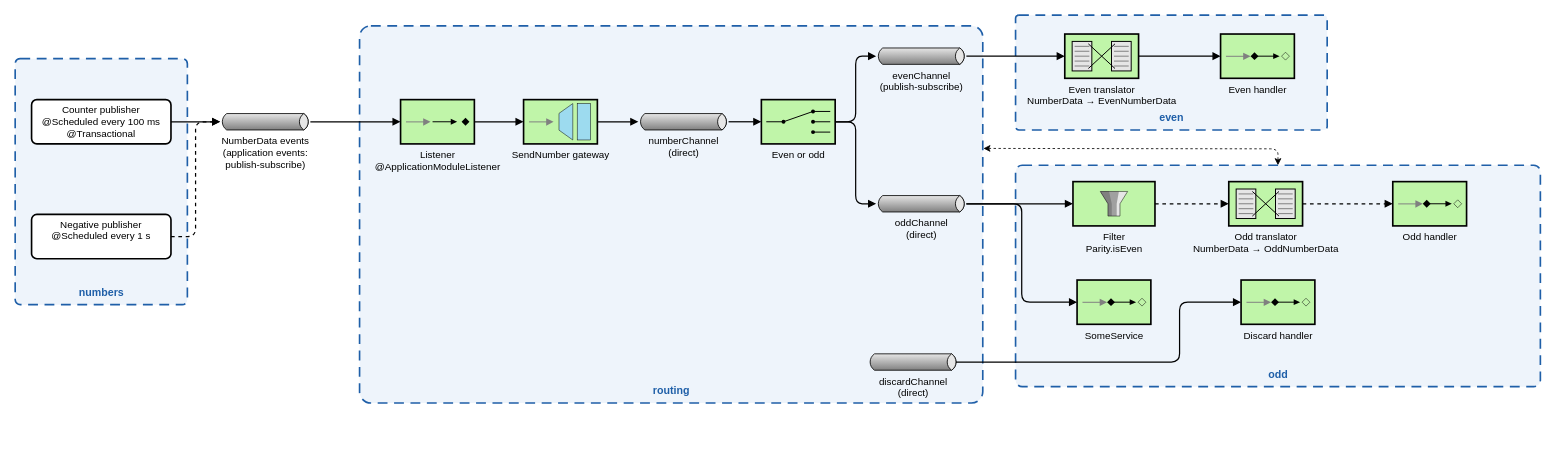
Above: docs/starterEIP.drawio in KamikaziF/lab5-soa (draw.io), before the change. Source tidied: cells renumbered, new cells numbered last; positions are measured from the earlier drawing's top-left corner, leaving out a move shared by most shapes. Both pictures are drawn from the tidied source at 82%, with x=0, y=0 at pixel (15, 15).
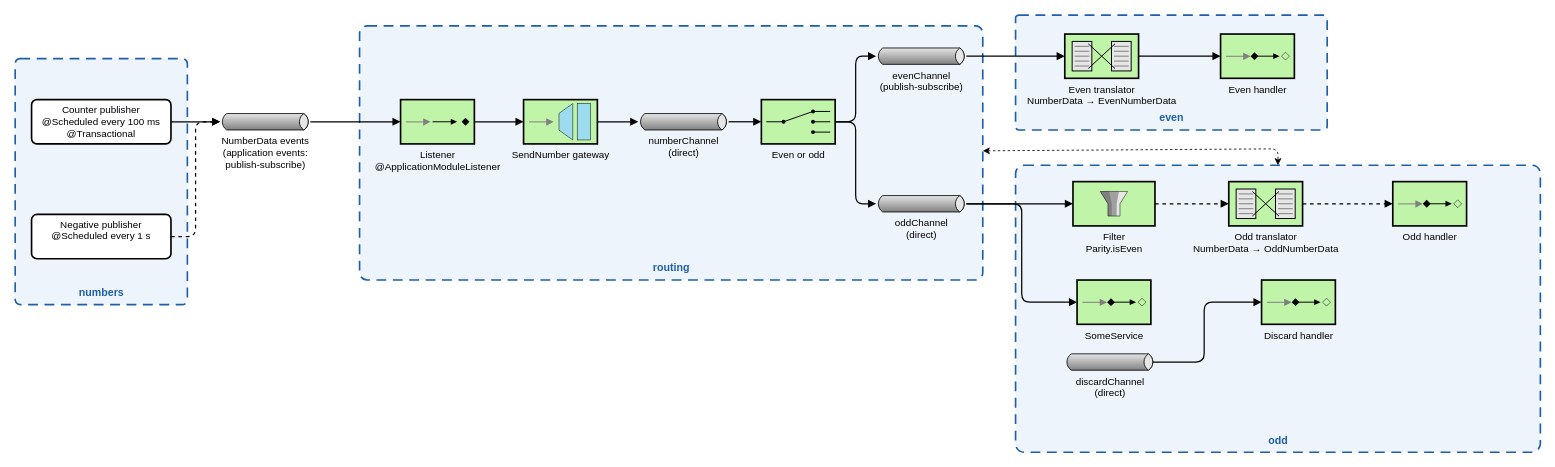
The same diagram, later.

Diff of the diagram source:
```diff
@@
     <mxCell id="3" value="routing" style="rounded=1;arcSize=3;dashed=1;dashPattern=6 4;strokeColor=#1f5fa8;strokeWidth=2;fillColor=#eef4fb;html=1;verticalAlign=bottom;align=center;fontSize=13;fontStyle=1;fontColor=#1f5fa8;spacingBottom=4;" parent="1" vertex="1">
-      <mxGeometry x="420" y="13" width="760" height="460" as="geometry" />
+      <mxGeometry x="420" y="13" width="760" height="310" as="geometry" />
     </mxCell>
@@
     <mxCell id="5" value="odd" style="rounded=1;arcSize=3;dashed=1;dashPattern=6 4;strokeColor=#1f5fa8;strokeWidth=2;fillColor=#eef4fb;html=1;verticalAlign=bottom;align=center;fontSize=13;fontStyle=1;fontColor=#1f5fa8;spacingBottom=4;" parent="1" vertex="1">
-      <mxGeometry x="1220" y="183" width="640" height="270" as="geometry" />
+      <mxGeometry x="1220" y="183" width="640" height="350" as="geometry" />
     </mxCell>
@@
     <mxCell id="35" value="discardChannel&lt;br&gt;(direct&lt;span style=&quot;background-color: transparent; color: light-dark(#000000, var(--ge-light-color, #ffffff));&quot;&gt;)&lt;/span&gt;" style="shape=mxgraph.eip.messageChannel;html=1;verticalLabelPosition=bottom;verticalAlign=top;labelBackgroundColor=none;fontSize=12;" parent="1" vertex="1">
-      <mxGeometry x="1040" y="413" width="110" height="20" as="geometry" />
+      <mxGeometry x="1280" y="413" width="110" height="20" as="geometry" />
     </mxCell>
     <mxCell id="36" value="Discard handler" style="shape=mxgraph.eip.service_activator;html=1;verticalLabelPosition=bottom;verticalAlign=top;labelBackgroundColor=none;fillColor=#c0f5a9;strokeWidth=2;fontSize=12;" parent="1" vertex="1">
-      <mxGeometry x="1495" y="323" width="90" height="54" as="geometry" />
+      <mxGeometry x="1520" y="323" width="90" height="54" as="geometry" />
     </mxCell>
     <mxCell id="37" style="edgeStyle=orthogonalEdgeStyle;rounded=1;html=1;endArrow=block;endFill=1;strokeWidth=1.5;fontSize=11;labelBackgroundColor=#ffffff;exitX=1;exitY=0.5;entryX=0;entryY=0.5;exitDx=-2.7;exitDy=0;exitPerimeter=0;entryDx=0;entryDy=0;entryPerimeter=0;" parent="1" edge="1" source="35" target="36">
       <mxGeometry x="0.1" relative="1" as="geometry">
         <Array as="points">
-          <mxPoint x="1420" y="423" />
-          <mxPoint x="1420" y="350" />
+          <mxPoint x="1387.3" y="423" />
+          <mxPoint x="1450" y="423" />
+          <mxPoint x="1450" y="350" />
         </Array>
       </mxGeometry>
     </mxCell>
-    <mxCell id="38" style="endArrow=classic;html=1;exitX=1.001;exitY=0.325;exitDx=0;exitDy=0;exitPerimeter=0;entryX=0.5;entryY=0;entryDx=0;entryDy=0;dashed=1;startArrow=classic;startFill=1;endFill=1;" parent="1" edge="1" source="3" target="5">
+    <mxCell id="38" style="endArrow=classic;html=1;entryX=0.5;entryY=0;entryDx=0;entryDy=0;dashed=1;startArrow=classic;startFill=1;endFill=1;" parent="1" edge="1" source="3" target="5">
       <mxGeometry relative="1" as="geometry">
         <Array as="points">
           <mxPoint x="1540" y="163" />
         </Array>
       </mxGeometry>
     </mxCell>
```
